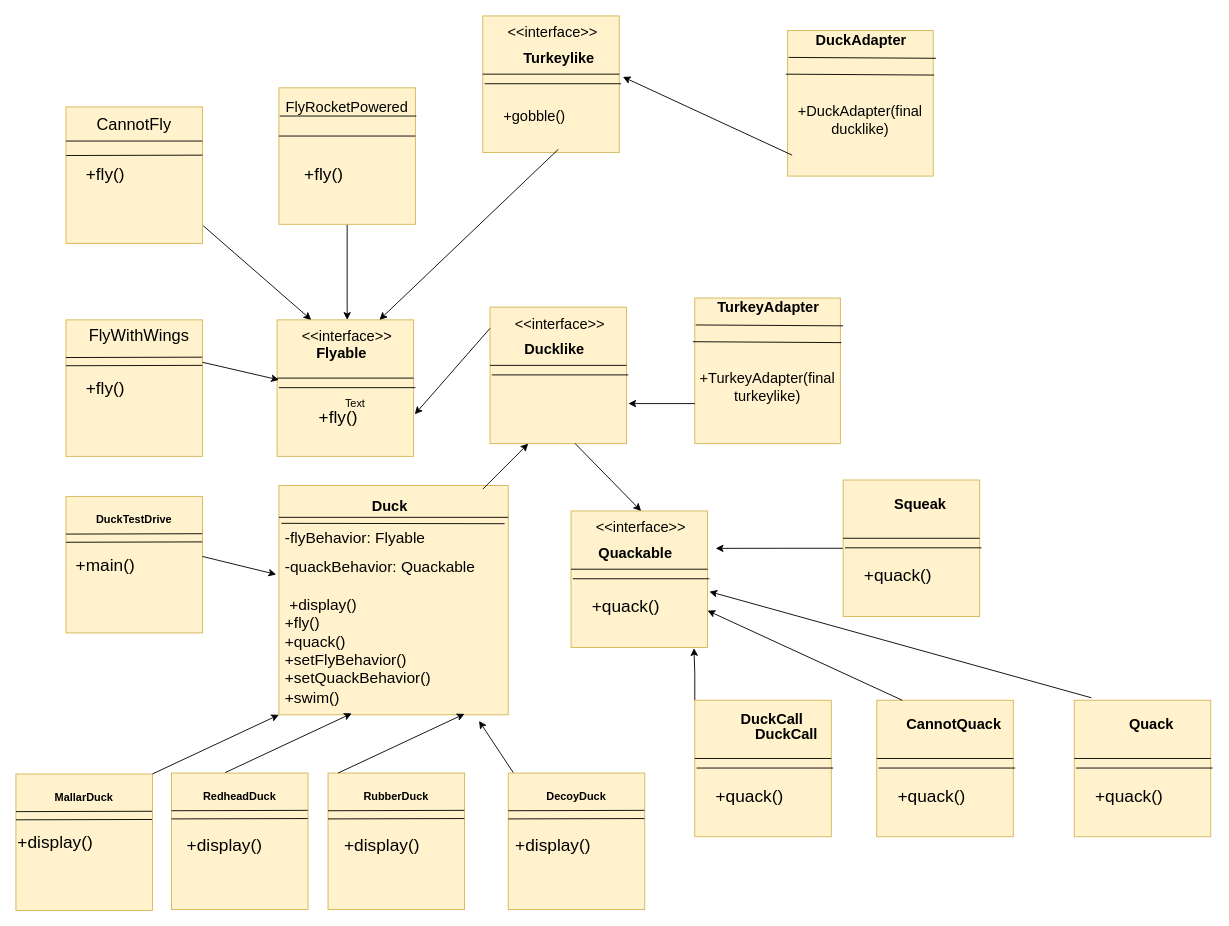
This is Untitled Diagram.drawio from ahrlab/BOX, a draw.io file, before an edit. Source tidied: cells renumbered, new cells numbered last; positions are measured from the earlier drawing's top-left corner, leaving out a move shared by most shapes. Both pictures are drawn from the tidied source at 91%, with x=0, y=0 at pixel (15, 15).
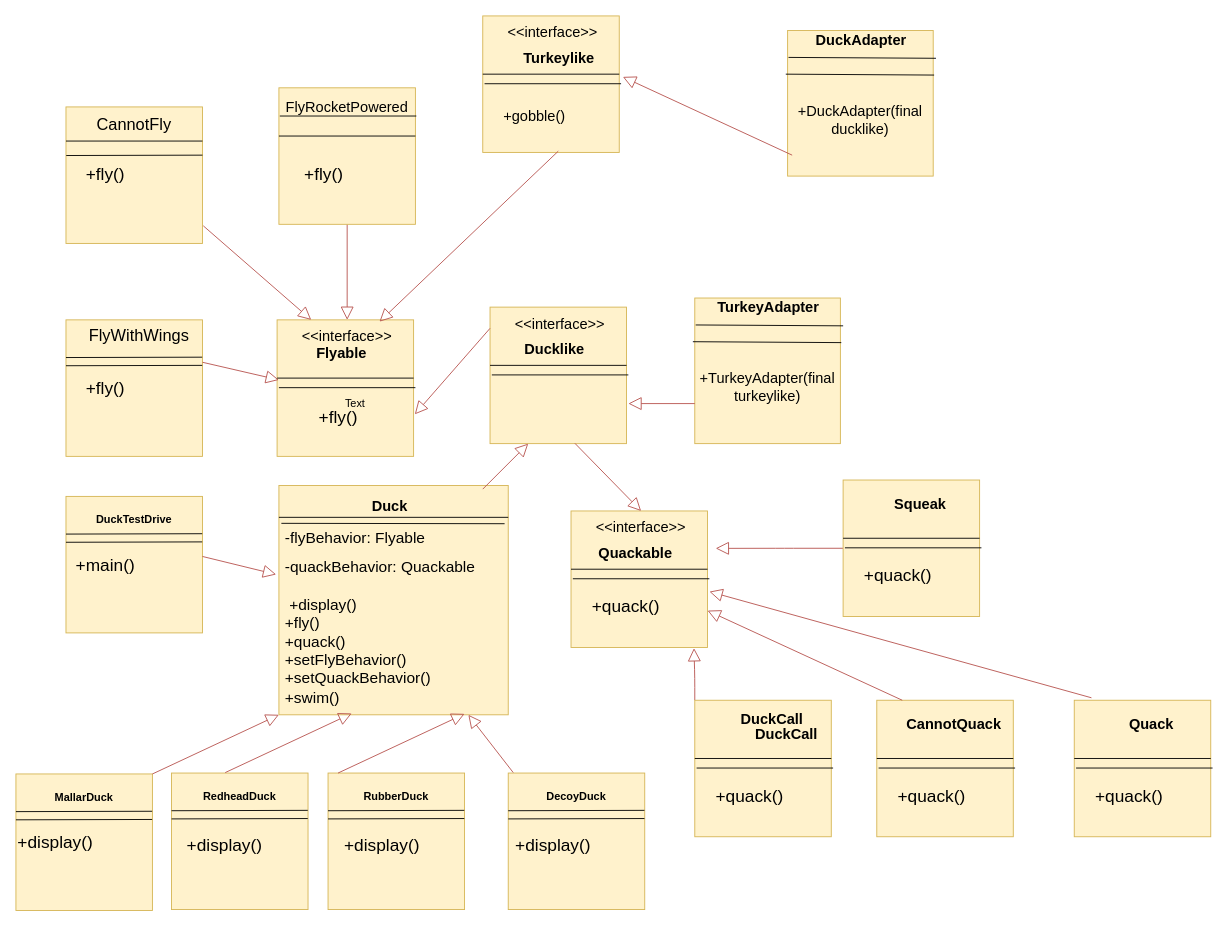
The same page after the edit.

The change refers to these unchanged cells:
```xml
<mxCell id="2" style="whiteSpace=wrap;html=1;fillColor=#fff2cc;strokeColor=#d6b656;" parent="1" vertex="1">
  <mxGeometry x="55" y="100" width="150" height="150" as="geometry" />
</mxCell>
<mxCell id="8" style="whiteSpace=wrap;html=1;fillColor=#fff2cc;strokeColor=#d6b656;" parent="1" vertex="1">
  <mxGeometry x="289" y="79" width="150" height="150" as="geometry" />
</mxCell>
<mxCell id="29" style="whiteSpace=wrap;html=1;fillColor=#fff2cc;strokeColor=#d6b656;" parent="1" vertex="1">
  <mxGeometry x="287" y="334" width="150" height="150" as="geometry" />
</mxCell>
<mxCell id="32" value="&amp;lt;&amp;lt;interface&amp;gt;&amp;gt;" style="text;html=1;strokeColor=none;fillColor=none;align=center;verticalAlign=middle;whiteSpace=wrap;rounded=0;fontSize=16;" parent="1" vertex="1">
  <mxGeometry x="344" y="334" width="40" height="36" as="geometry" />
</mxCell>
<mxCell id="35" style="whiteSpace=wrap;html=1;fillColor=#fff2cc;strokeColor=#d6b656;" parent="1" vertex="1">
  <mxGeometry x="521" y="320" width="150" height="150" as="geometry" />
</mxCell>
<mxCell id="45" style="whiteSpace=wrap;html=1;fillColor=#fff2cc;strokeColor=#d6b656;" parent="1" vertex="1">
  <mxGeometry x="55" y="528" width="150" height="150" as="geometry" />
</mxCell>
<mxCell id="51" style="whiteSpace=wrap;html=1;fillColor=#fff2cc;strokeColor=#d6b656;" parent="1" vertex="1">
  <mxGeometry x="610" y="544" width="150" height="150" as="geometry" />
</mxCell>
<mxCell id="54" value="&amp;lt;&amp;lt;interface&amp;gt;&amp;gt;" style="text;html=1;strokeColor=none;fillColor=none;align=center;verticalAlign=middle;whiteSpace=wrap;rounded=0;fontSize=16;" parent="1" vertex="1">
  <mxGeometry x="667" y="544" width="40" height="36" as="geometry" />
</mxCell>
<mxCell id="58" style="whiteSpace=wrap;html=1;fillColor=#fff2cc;strokeColor=#d6b656;" parent="1" vertex="1">
  <mxGeometry x="909" y="510" width="150" height="150" as="geometry" />
</mxCell>
<mxCell id="64" style="whiteSpace=wrap;html=1;fillColor=#fff2cc;strokeColor=#d6b656;" parent="1" vertex="1">
  <mxGeometry x="1163" y="752" width="150" height="150" as="geometry" />
</mxCell>
<mxCell id="77" style="whiteSpace=wrap;html=1;fillColor=#fff2cc;strokeColor=#d6b656;" parent="1" vertex="1">
  <mxGeometry x="746" y="752" width="150" height="150" as="geometry" />
</mxCell>
<mxCell id="83" style="whiteSpace=wrap;html=1;fillColor=#fff2cc;strokeColor=#d6b656;" parent="1" vertex="1">
  <mxGeometry x="289" y="516" width="252" height="252" as="geometry" />
</mxCell>
<mxCell id="88" value="&lt;h1 style=&quot;font-size: 17px&quot;&gt;&lt;span style=&quot;font-weight: normal&quot;&gt;&lt;font style=&quot;font-size: 17px&quot;&gt;-flyBehavior: Flyable&lt;/font&gt;&lt;/span&gt;&lt;/h1&gt;&lt;div style=&quot;font-size: 17px&quot;&gt;&lt;font style=&quot;font-size: 17px&quot;&gt;-quackBehavior: Quackable&lt;/font&gt;&lt;/div&gt;&lt;div style=&quot;font-size: 17px&quot;&gt;&lt;font style=&quot;font-size: 17px&quot;&gt;&lt;br&gt;&lt;/font&gt;&lt;/div&gt;&lt;div style=&quot;font-size: 17px&quot;&gt;&amp;nbsp;+display()&lt;/div&gt;&lt;div style=&quot;font-size: 17px&quot;&gt;+fly()&lt;/div&gt;&lt;div style=&quot;font-size: 17px&quot;&gt;+quack()&lt;/div&gt;&lt;div style=&quot;font-size: 17px&quot;&gt;+setFlyBehavior()&lt;/div&gt;&lt;div style=&quot;font-size: 17px&quot;&gt;+setQuackBehavior()&lt;/div&gt;&lt;div style=&quot;font-size: 17px&quot;&gt;+swim()&lt;/div&gt;" style="text;html=1;strokeColor=none;fillColor=none;spacing=5;spacingTop=-20;whiteSpace=wrap;overflow=hidden;rounded=0;" parent="1" vertex="1">
  <mxGeometry x="291" y="564" width="254" height="204" as="geometry" />
</mxCell>
<mxCell id="101" style="whiteSpace=wrap;html=1;fillColor=#fff2cc;strokeColor=#d6b656;" parent="1" vertex="1">
  <mxGeometry y="833" width="150" height="150" as="geometry" />
</mxCell>
```

The edit, as a diff of the source:
```diff
@@
-    <mxCell id="7" style="edgeStyle=orthogonalEdgeStyle;rounded=0;jettySize=auto;html=1;" parent="1" edge="1" source="8" target="32">
+    <mxCell id="7" style="edgeStyle=orthogonalEdgeStyle;rounded=1;jettySize=auto;html=1;strokeColor=#b85450;fillColor=#f8cecc;endFill=0;endArrow=block;endSize=12;" parent="1" edge="1" source="8" target="32">
       <mxGeometry relative="1" as="geometry" />
     </mxCell>
@@
-    <mxCell id="57" style="edgeStyle=orthogonalEdgeStyle;rounded=0;jettySize=auto;html=1;exitX=0;exitY=0.5;exitDx=0;exitDy=0;" parent="1" edge="1" source="58">
+    <mxCell id="57" style="edgeStyle=orthogonalEdgeStyle;rounded=1;jettySize=auto;html=1;exitX=0;exitY=0.5;exitDx=0;exitDy=0;strokeColor=#b85450;fillColor=#f8cecc;endFill=0;endArrow=block;endSize=12;" parent="1" edge="1" source="58">
       <mxGeometry relative="1" as="geometry">
         <mxPoint x="769" y="585.1" as="targetPoint" />
       </mxGeometry>
     </mxCell>
@@
-    <mxCell id="76" style="edgeStyle=orthogonalEdgeStyle;rounded=0;jettySize=auto;html=1;exitX=0;exitY=0;exitDx=0;exitDy=0;entryX=0.901;entryY=1.005;entryDx=0;entryDy=0;entryPerimeter=0;" parent="1" edge="1" source="77" target="51">
+    <mxCell id="76" style="edgeStyle=orthogonalEdgeStyle;rounded=1;jettySize=auto;html=1;exitX=0;exitY=0;exitDx=0;exitDy=0;entryX=0.901;entryY=1.005;entryDx=0;entryDy=0;entryPerimeter=0;strokeColor=#b85450;fillColor=#f8cecc;endFill=0;endArrow=block;endSize=12;" parent="1" edge="1" source="77" target="51">
       <mxGeometry relative="1" as="geometry" />
     </mxCell>
@@
-    <mxCell id="109" style="endArrow=classic;html=1;exitX=1.006;exitY=0.871;exitDx=0;exitDy=0;exitPerimeter=0;entryX=0.25;entryY=0;entryDx=0;entryDy=0;" parent="1" edge="1" source="2" target="29">
+    <mxCell id="109" style="endArrow=block;html=1;exitX=1.006;exitY=0.871;exitDx=0;exitDy=0;exitPerimeter=0;entryX=0.25;entryY=0;entryDx=0;entryDy=0;strokeColor=#b85450;fillColor=#f8cecc;endFill=0;endSize=12;" parent="1" edge="1" source="2" target="29">
       <mxGeometry relative="1" as="geometry" />
     </mxCell>
-    <mxCell id="110" style="endArrow=classic;html=1;exitX=1.006;exitY=0.871;exitDx=0;exitDy=0;exitPerimeter=0;entryX=1.009;entryY=0.692;entryDx=0;entryDy=0;entryPerimeter=0;" parent="1" edge="1" target="29">
+    <mxCell id="110" style="endArrow=block;html=1;exitX=1.006;exitY=0.871;exitDx=0;exitDy=0;exitPerimeter=0;entryX=1.009;entryY=0.692;entryDx=0;entryDy=0;entryPerimeter=0;strokeColor=#b85450;fillColor=#f8cecc;endFill=0;endSize=12;" parent="1" edge="1" target="29">
       <mxGeometry relative="1" as="geometry">
         <mxPoint x="521" y="343.3" as="sourcePoint" />
       </mxGeometry>
     </mxCell>
-    <mxCell id="111" style="endArrow=classic;html=1;exitX=1.006;exitY=0.871;exitDx=0;exitDy=0;exitPerimeter=0;" parent="1" edge="1">
+    <mxCell id="111" style="endArrow=block;html=1;exitX=1.006;exitY=0.871;exitDx=0;exitDy=0;exitPerimeter=0;strokeColor=#b85450;fillColor=#f8cecc;endFill=0;endSize=12;" parent="1" edge="1">
       <mxGeometry relative="1" as="geometry">
         <mxPoint x="205" y="380.6" as="sourcePoint" />
         <mxPoint x="289" y="400" as="targetPoint" />
       </mxGeometry>
     </mxCell>
-    <mxCell id="112" style="endArrow=classic;html=1;exitX=1.006;exitY=0.871;exitDx=0;exitDy=0;exitPerimeter=0;entryX=0.75;entryY=0;entryDx=0;entryDy=0;" parent="1" edge="1" target="29">
+    <mxCell id="112" style="endArrow=block;html=1;exitX=1.006;exitY=0.871;exitDx=0;exitDy=0;exitPerimeter=0;entryX=0.75;entryY=0;entryDx=0;entryDy=0;strokeColor=#b85450;fillColor=#f8cecc;endFill=0;endSize=12;" parent="1" edge="1">
       <mxGeometry relative="1" as="geometry">
-        <mxPoint x="596" y="146.6" as="sourcePoint" />
+        <mxPoint x="596" y="148.6" as="sourcePoint" />
+        <mxPoint x="399.5" y="336" as="targetPoint" />
       </mxGeometry>
     </mxCell>
-    <mxCell id="113" style="endArrow=classic;html=1;exitX=1.006;exitY=0.871;exitDx=0;exitDy=0;exitPerimeter=0;" parent="1" edge="1">
+    <mxCell id="113" style="endArrow=block;html=1;exitX=1.006;exitY=0.871;exitDx=0;exitDy=0;exitPerimeter=0;strokeColor=#b85450;fillColor=#f8cecc;endFill=0;endSize=12;" parent="1" edge="1">
       <mxGeometry relative="1" as="geometry">
         <mxPoint x="853" y="153" as="sourcePoint" />
         <mxPoint x="667" y="67" as="targetPoint" />
       </mxGeometry>
     </mxCell>
-    <mxCell id="114" style="endArrow=classic;html=1;" parent="1" edge="1">
+    <mxCell id="114" style="endArrow=block;html=1;strokeColor=#b85450;fillColor=#f8cecc;endFill=0;endSize=12;" parent="1" edge="1">
       <mxGeometry relative="1" as="geometry">
         <mxPoint x="746" y="426" as="sourcePoint" />
         <mxPoint x="673" y="426" as="targetPoint" />
       </mxGeometry>
     </mxCell>
-    <mxCell id="115" style="endArrow=classic;html=1;" parent="1" edge="1">
+    <mxCell id="115" style="endArrow=block;html=1;strokeColor=#b85450;fillColor=#f8cecc;endFill=0;endSize=12;" parent="1" edge="1">
       <mxGeometry relative="1" as="geometry">
         <mxPoint x="513" y="520" as="sourcePoint" />
         <mxPoint x="563" y="470" as="targetPoint" />
       </mxGeometry>
     </mxCell>
-    <mxCell id="116" style="endArrow=classic;html=1;exitX=0.622;exitY=0.998;exitDx=0;exitDy=0;exitPerimeter=0;entryX=0.5;entryY=0;entryDx=0;entryDy=0;" parent="1" edge="1" source="35" target="54">
+    <mxCell id="116" style="endArrow=block;html=1;exitX=0.622;exitY=0.998;exitDx=0;exitDy=0;exitPerimeter=0;entryX=0.5;entryY=0;entryDx=0;entryDy=0;strokeColor=#b85450;fillColor=#f8cecc;endFill=0;endSize=12;" parent="1" edge="1" source="35" target="54">
       <mxGeometry relative="1" as="geometry" />
     </mxCell>
-    <mxCell id="117" style="endArrow=classic;html=1;entryX=-0.012;entryY=0.388;entryDx=0;entryDy=0;entryPerimeter=0;exitX=1;exitY=0.44;exitDx=0;exitDy=0;exitPerimeter=0;" parent="1" edge="1" source="45" target="83">
+    <mxCell id="117" style="endArrow=block;html=1;entryX=-0.012;entryY=0.388;entryDx=0;entryDy=0;entryPerimeter=0;exitX=1;exitY=0.44;exitDx=0;exitDy=0;exitPerimeter=0;strokeColor=#b85450;fillColor=#f8cecc;endFill=0;endSize=12;" parent="1" edge="1" source="45" target="83">
       <mxGeometry relative="1" as="geometry" />
     </mxCell>
-    <mxCell id="118" style="endArrow=classic;html=1;" parent="1" edge="1" target="51">
+    <mxCell id="118" style="endArrow=block;html=1;strokeColor=#b85450;fillColor=#f8cecc;endFill=0;endSize=12;" parent="1" edge="1" target="51">
       <mxGeometry relative="1" as="geometry">
         <mxPoint x="974" y="752" as="sourcePoint" />
       </mxGeometry>
     </mxCell>
-    <mxCell id="119" style="endArrow=classic;html=1;exitX=0.126;exitY=-0.018;exitDx=0;exitDy=0;exitPerimeter=0;entryX=1.014;entryY=0.591;entryDx=0;entryDy=0;entryPerimeter=0;" parent="1" edge="1" source="64" target="51">
+    <mxCell id="119" style="endArrow=block;html=1;exitX=0.126;exitY=-0.018;exitDx=0;exitDy=0;exitPerimeter=0;entryX=1.014;entryY=0.591;entryDx=0;entryDy=0;entryPerimeter=0;strokeColor=#b85450;fillColor=#f8cecc;endFill=0;endSize=12;" parent="1" edge="1" source="64" target="51">
       <mxGeometry relative="1" as="geometry" />
     </mxCell>
-    <mxCell id="120" style="endArrow=classic;html=1;exitX=1;exitY=0;exitDx=0;exitDy=0;entryX=0;entryY=1;entryDx=0;entryDy=0;" parent="1" edge="1" source="101" target="83">
+    <mxCell id="120" style="endArrow=block;html=1;exitX=1;exitY=0;exitDx=0;exitDy=0;entryX=0;entryY=1;entryDx=0;entryDy=0;strokeColor=#b85450;fillColor=#f8cecc;endFill=0;endSize=12;" parent="1" edge="1" source="101" target="83">
       <mxGeometry relative="1" as="geometry" />
     </mxCell>
-    <mxCell id="121" style="endArrow=classic;html=1;exitX=1;exitY=0;exitDx=0;exitDy=0;entryX=0;entryY=1;entryDx=0;entryDy=0;" parent="1" edge="1">
+    <mxCell id="121" style="endArrow=block;html=1;exitX=1;exitY=0;exitDx=0;exitDy=0;entryX=0;entryY=1;entryDx=0;entryDy=0;strokeColor=#b85450;fillColor=#f8cecc;endFill=0;endSize=12;" parent="1" edge="1">
       <mxGeometry relative="1" as="geometry">
         <mxPoint x="230" y="831.5" as="sourcePoint" />
         <mxPoint x="369" y="766.5" as="targetPoint" />
       </mxGeometry>
     </mxCell>
-    <mxCell id="122" style="endArrow=classic;html=1;exitX=1;exitY=0;exitDx=0;exitDy=0;entryX=0;entryY=1;entryDx=0;entryDy=0;" parent="1" edge="1">
+    <mxCell id="122" style="endArrow=block;html=1;exitX=1;exitY=0;exitDx=0;exitDy=0;entryX=0;entryY=1;entryDx=0;entryDy=0;strokeColor=#b85450;fillColor=#f8cecc;endFill=0;endSize=12;" parent="1" edge="1">
       <mxGeometry relative="1" as="geometry">
         <mxPoint x="354" y="832" as="sourcePoint" />
         <mxPoint x="493" y="767" as="targetPoint" />
       </mxGeometry>
     </mxCell>
-    <mxCell id="123" style="endArrow=classic;html=1;exitX=1;exitY=0;exitDx=0;exitDy=0;entryX=0.858;entryY=1.033;entryDx=0;entryDy=0;entryPerimeter=0;" parent="1" edge="1" target="88">
+    <mxCell id="123" style="endArrow=block;html=1;exitX=1;exitY=0;exitDx=0;exitDy=0;strokeColor=#b85450;fillColor=#f8cecc;endFill=0;endSize=12;" parent="1" edge="1" target="88">
       <mxGeometry relative="1" as="geometry">
         <mxPoint x="546.5" y="831.5" as="sourcePoint" />
       </mxGeometry>
     </mxCell>
```
